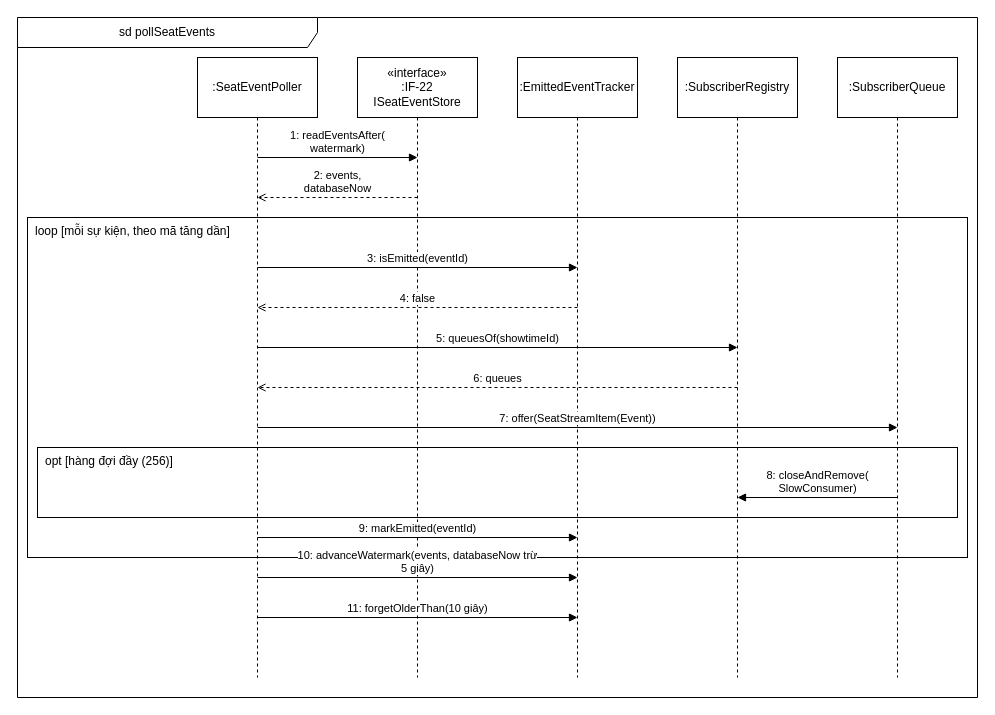
Earlier version of the draw.io diagram page "Hộp trắng - vòng đọc seat_event mỗi 500 ms (nội bộ)" (3 of 5) of design/diagrams/P11b-subsystem-SS-03.drawio (luytbq/app-dat-ve-xem-phim). Source tidied: cells renumbered, new cells numbered last; positions are measured from the earlier drawing's top-left corner, leaving out a move shared by most shapes. Both pictures are drawn from the tidied source at 100%, with x=0, y=0 at pixel (17, 17).
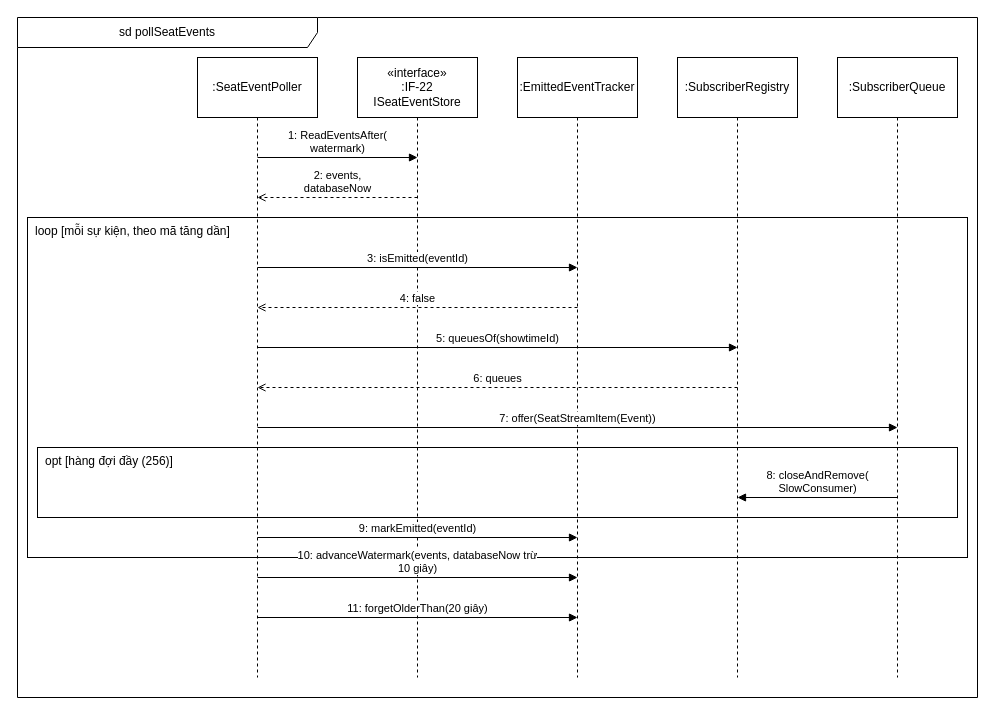
The same page after the edit.

Diff of the diagram source:
```diff
@@
-    <mxCell id="10" value="1: readEventsAfter(&lt;br&gt;watermark)" style="endArrow=block;endFill=1;html=1;verticalAlign=bottom;" parent="1" edge="1">
+    <mxCell id="10" value="1: ReadEventsAfter(&lt;br&gt;watermark)" style="endArrow=block;endFill=1;html=1;verticalAlign=bottom;" parent="1" edge="1">
       <mxGeometry relative="1" as="geometry">
         <mxPoint x="240" y="140" as="sourcePoint" />
         <mxPoint x="400" y="140" as="targetPoint" />
       </mxGeometry>
     </mxCell>
@@
-    <mxCell id="19" value="10: advanceWatermark(events, databaseNow trừ&lt;br&gt;5 giây)" style="endArrow=block;endFill=1;html=1;verticalAlign=bottom;" parent="1" edge="1">
+    <mxCell id="19" value="10: advanceWatermark(events, databaseNow trừ&lt;br&gt;10 giây)" style="endArrow=block;endFill=1;html=1;verticalAlign=bottom;" parent="1" edge="1">
       <mxGeometry relative="1" as="geometry">
         <mxPoint x="240" y="560" as="sourcePoint" />
         <mxPoint x="560" y="560" as="targetPoint" />
       </mxGeometry>
     </mxCell>
-    <mxCell id="20" value="11: forgetOlderThan(10 giây)" style="endArrow=block;endFill=1;html=1;verticalAlign=bottom;" parent="1" edge="1">
+    <mxCell id="20" value="11: forgetOlderThan(20 giây)" style="endArrow=block;endFill=1;html=1;verticalAlign=bottom;" parent="1" edge="1">
       <mxGeometry relative="1" as="geometry">
         <mxPoint x="240" y="600" as="sourcePoint" />
         <mxPoint x="560" y="600" as="targetPoint" />
       </mxGeometry>
     </mxCell>
```
